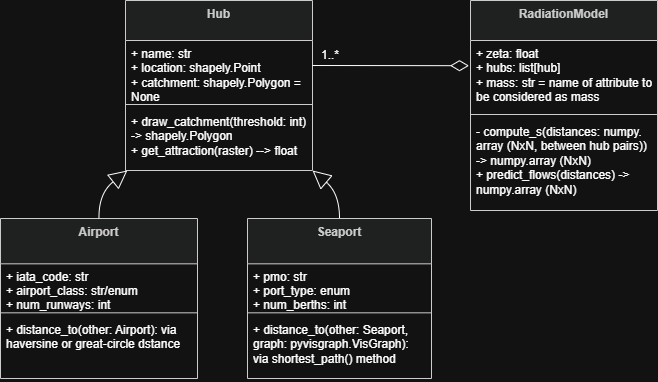
jeromemaiquez/gme205-lab6 keeps this draw.io diagram as uml/Gme205_FinalProject_UML_.drawio.png. Above is the earlier version. Source tidied: cells renumbered, new cells last; positions are measured from the earlier drawing's top-left corner, leaving out a move shared by most shapes.
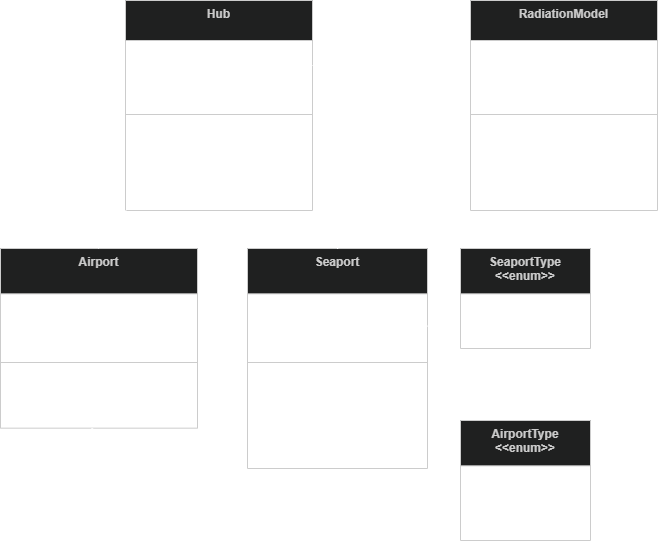
After the change.

Commit message:
Updated own UML + minor revision to Airport class docstring

Change to the diagram source:
```diff
@@ -3,52 +3,52 @@
     <mxCell id="0" />
     <mxCell id="1" parent="0" />
     <mxCell id="2" value="Hub" style="swimlane;fontStyle=1;align=center;verticalAlign=top;horizontal=1;startSize=40;fillColor=light-dark(#eeeeee,#1f2020);strokeColor=light-dark(#999999,#cccccc);fontColor=light-dark(#333333,#cccccc);" parent="1" vertex="1">
-      <mxGeometry x="125" width="187" height="170" as="geometry" />
+      <mxGeometry x="125" width="187" height="210" as="geometry" />
     </mxCell>
-    <mxCell id="3" value="+ name: str&#10;+ location: shapely.Point&#10;+ catchment: shapely.Polygon = None" style="text;strokeColor=none;fillColor=none;align=left;verticalAlign=top;spacingLeft=4;spacingRight=4;overflow=hidden;whiteSpace=wrap;" parent="2" vertex="1">
-      <mxGeometry y="40" width="187" height="60" as="geometry" />
+    <mxCell id="3" value="+ hub_name: str&#10;+ lon: float&#10;+ lat: float&#10;+ attraction: float | None" style="text;strokeColor=none;fillColor=none;align=left;verticalAlign=top;spacingLeft=4;spacingRight=4;overflow=hidden;whiteSpace=wrap;" parent="2" vertex="1">
+      <mxGeometry y="40" width="187" height="70" as="geometry" />
     </mxCell>
     <mxCell id="4" style="line;strokeWidth=1;fillColor=none;align=left;verticalAlign=middle;spacingTop=-1;spacingLeft=3;spacingRight=3;labelPosition=right;strokeColor=inherit;" parent="2" vertex="1">
-      <mxGeometry y="100" width="187" height="8" as="geometry" />
+      <mxGeometry y="110" width="187" height="8" as="geometry" />
     </mxCell>
-    <mxCell id="5" value="+ draw_catchment(threshold: int) -&gt; shapely.Polygon&#10;+ get_attraction(raster) --&gt; float&#10;" style="text;strokeColor=none;fillColor=none;align=left;verticalAlign=top;spacingLeft=4;spacingRight=4;overflow=hidden;whiteSpace=wrap;" parent="2" vertex="1">
-      <mxGeometry y="108" width="187" height="62" as="geometry" />
+    <mxCell id="5" value="+ set_attraction(value: int | float)&#10;- distance_to(other: Hub) -&gt; float [Not Implemented]&#10;- haversine_m(lon1, lat1, lon2, lat2) &lt;&lt;static&gt;&gt; -&gt; float" style="text;strokeColor=none;fillColor=none;align=left;verticalAlign=top;spacingLeft=4;spacingRight=4;overflow=hidden;whiteSpace=wrap;fontStyle=0;" parent="2" vertex="1">
+      <mxGeometry y="118" width="187" height="92" as="geometry" />
     </mxCell>
     <mxCell id="6" value="Airport" style="swimlane;fontStyle=1;align=center;verticalAlign=top;horizontal=1;startSize=45.333333333333336;fillColor=light-dark(#eeeeee,#1f2020);strokeColor=light-dark(#999999,#cccccc);fontColor=light-dark(#333333,#cccccc);" parent="1" vertex="1">
-      <mxGeometry y="218" width="197" height="160" as="geometry" />
+      <mxGeometry y="248" width="197" height="179.7" as="geometry" />
     </mxCell>
-    <mxCell id="7" value="+ iata_code: str&#10;+ airport_class: str/enum&#10;+ num_runways: int" style="text;strokeColor=none;fillColor=none;align=left;verticalAlign=top;spacingLeft=4;spacingRight=4;overflow=hidden;" parent="6" vertex="1">
-      <mxGeometry y="45.3" width="197" height="45" as="geometry" />
+    <mxCell id="7" value="+ iata_code: str&#10;+ icao_code: str&#10;+ airport_type: enum&#10;+ num_runways: int" style="text;strokeColor=none;fillColor=none;align=left;verticalAlign=top;spacingLeft=4;spacingRight=4;overflow=hidden;" parent="6" vertex="1">
+      <mxGeometry y="45.3" width="197" height="64.7" as="geometry" />
     </mxCell>
     <mxCell id="8" style="line;strokeWidth=1;fillColor=none;align=left;verticalAlign=middle;spacingTop=-1;spacingLeft=3;spacingRight=3;labelPosition=right;strokeColor=inherit;" parent="6" vertex="1">
-      <mxGeometry y="90.3" width="197" height="8" as="geometry" />
+      <mxGeometry y="110" width="197" height="8" as="geometry" />
     </mxCell>
     <mxCell id="9" value="+ distance_to(other: Airport): via haversine or great-circle dstance&#10;" style="text;strokeColor=none;fillColor=none;align=left;verticalAlign=top;spacingLeft=4;spacingRight=4;overflow=hidden;whiteSpace=wrap;" parent="6" vertex="1">
-      <mxGeometry y="98.3" width="197" height="61.7" as="geometry" />
+      <mxGeometry y="118" width="197" height="61.7" as="geometry" />
     </mxCell>
     <mxCell id="10" value="Seaport" style="swimlane;fontStyle=1;align=center;verticalAlign=top;horizontal=1;startSize=45.333333333333336;fillColor=light-dark(#eeeeee,#1f2020);strokeColor=light-dark(#999999,#cccccc);fontColor=light-dark(#333333,#cccccc);" parent="1" vertex="1">
-      <mxGeometry x="247" y="218" width="184" height="160" as="geometry" />
+      <mxGeometry x="247" y="248" width="180" height="220" as="geometry" />
     </mxCell>
-    <mxCell id="11" value="+ pmo: str&#10;+ port_type: enum&#10;+ num_berths: int" style="text;strokeColor=none;fillColor=none;align=left;verticalAlign=top;spacingLeft=4;spacingRight=4;overflow=hidden;points=[[0,0.5],[1,0.5]];portConstraint=eastwest;" parent="10" vertex="1">
-      <mxGeometry y="45.3" width="184" height="45" as="geometry" />
+    <mxCell id="11" value="+ un_locode: str&#10;+ pmo: str&#10;+ seaport_type: enum&#10;+ num_berths: int" style="text;strokeColor=none;fillColor=none;align=left;verticalAlign=top;spacingLeft=4;spacingRight=4;overflow=hidden;points=[[0,0.5],[1,0.5]];portConstraint=eastwest;" parent="10" vertex="1">
+      <mxGeometry y="45.3" width="180" height="64.7" as="geometry" />
     </mxCell>
     <mxCell id="12" style="line;strokeWidth=1;fillColor=none;align=left;verticalAlign=middle;spacingTop=-1;spacingLeft=3;spacingRight=3;labelPosition=right;strokeColor=inherit;" parent="10" vertex="1">
-      <mxGeometry y="90.3" width="184" height="8" as="geometry" />
+      <mxGeometry y="110" width="180" height="8" as="geometry" />
     </mxCell>
-    <mxCell id="13" value="+ distance_to(other: Seaport, graph: pyvisgraph.VisGraph): via shortest_path() method" style="text;strokeColor=none;fillColor=none;align=left;verticalAlign=top;spacingLeft=4;spacingRight=4;overflow=hidden;whiteSpace=wrap;" parent="10" vertex="1">
-      <mxGeometry y="98.3" width="184" height="61.7" as="geometry" />
+    <mxCell id="13" value="+ distance_to(other: Seaport, graph: pyvisgraph.VisGraph): via shortest_path() method&#10;- set_graph() &lt;&lt;class&gt;&gt;&#10;- maritime_distance(lon1, lat1, lon2, lat2) &lt;&lt;static&gt;&gt; -&gt; float" style="text;strokeColor=none;fillColor=none;align=left;verticalAlign=top;spacingLeft=4;spacingRight=4;overflow=hidden;whiteSpace=wrap;" parent="10" vertex="1">
+      <mxGeometry y="118" width="180" height="102" as="geometry" />
     </mxCell>
     <mxCell id="14" style="curved=1;startArrow=block;startSize=16;startFill=0;endArrow=none;exitX=0.01;exitY=1;entryX=0.5;entryY=0;rounded=0;" parent="1" edge="1" source="2" target="6">
       <mxGeometry relative="1" as="geometry">
         <Array as="points">
-          <mxPoint x="98" y="193" />
+          <mxPoint x="90" y="230" />
         </Array>
       </mxGeometry>
     </mxCell>
     <mxCell id="15" style="curved=1;startArrow=block;startSize=16;startFill=0;endArrow=none;exitX=1;exitY=1;entryX=0.5;entryY=0;rounded=0;" parent="1" edge="1" source="2" target="10">
       <mxGeometry relative="1" as="geometry">
         <Array as="points">
-          <mxPoint x="339" y="193" />
+          <mxPoint x="350" y="230" />
         </Array>
       </mxGeometry>
     </mxCell>
@@ -72,5 +72,28 @@
     <mxCell id="21" value="1..*" style="text;html=1;whiteSpace=wrap;strokeColor=none;fillColor=none;align=center;verticalAlign=middle;rounded=0;" parent="1" vertex="1">
       <mxGeometry x="300" y="40" width="60" height="30" as="geometry" />
     </mxCell>
+    <mxCell id="22" value="AirportType&#10;&lt;&lt;enum&gt;&gt;" style="swimlane;fontStyle=1;align=center;verticalAlign=top;horizontal=1;startSize=45.333333333333336;fillColor=light-dark(#eeeeee,#1f2020);strokeColor=light-dark(#999999,#cccccc);fontColor=light-dark(#333333,#cccccc);" parent="1" vertex="1">
+      <mxGeometry x="460" y="420" width="130" height="120" as="geometry" />
+    </mxCell>
+    <mxCell id="23" value="INTERNATIONAL&#10;PRINCIPAL_1&#10;PRINCIPAL_2&#10;COMMUNITY" style="text;strokeColor=none;fillColor=none;align=left;verticalAlign=top;spacingLeft=4;spacingRight=4;overflow=hidden;points=[[0,0.5],[1,0.5]];portConstraint=eastwest;" parent="22" vertex="1">
+      <mxGeometry y="45.3" width="130" height="74.7" as="geometry" />
+    </mxCell>
+    <mxCell id="24" value="SeaportType&#10;&lt;&lt;enum&gt;&gt;" style="swimlane;fontStyle=1;align=center;verticalAlign=top;horizontal=1;startSize=45.333333333333336;fillColor=light-dark(#eeeeee,#1f2020);strokeColor=light-dark(#999999,#cccccc);fontColor=light-dark(#333333,#cccccc);" parent="1" vertex="1">
+      <mxGeometry x="460" y="248" width="130" height="100" as="geometry" />
+    </mxCell>
+    <mxCell id="25" value="BASE&#10;TERMINAL&#10;PRIVATE" style="text;strokeColor=none;fillColor=none;align=left;verticalAlign=top;spacingLeft=4;spacingRight=4;overflow=hidden;points=[[0,0.5],[1,0.5]];portConstraint=eastwest;" parent="24" vertex="1">
+      <mxGeometry y="45.3" width="130" height="54.7" as="geometry" />
+    </mxCell>
+    <mxCell id="26" style="endArrow=classic;html=1;rounded=0;fontSize=12;startSize=8;endSize=8;curved=1;exitX=0.463;exitY=0.989;exitDx=0;exitDy=0;exitPerimeter=0;entryX=0;entryY=0.5;entryDx=0;entryDy=0;" parent="1" edge="1" target="23">
+      <mxGeometry relative="1" as="geometry">
+        <mxPoint x="91.2" y="427.7" as="sourcePoint" />
+        <Array as="points">
+          <mxPoint x="240" y="540" />
+        </Array>
+      </mxGeometry>
+    </mxCell>
+    <mxCell id="27" style="edgeStyle=none;curved=1;rounded=0;jettySize=auto;html=1;exitX=1;exitY=0.5;exitDx=0;exitDy=0;entryX=-0.004;entryY=0.571;entryDx=0;entryDy=0;fontSize=12;startSize=8;endSize=8;entryPerimeter=0;" parent="1" edge="1" source="11" target="25">
+      <mxGeometry relative="1" as="geometry" />
+    </mxCell>
   </root>
 </mxGraphModel>
```
